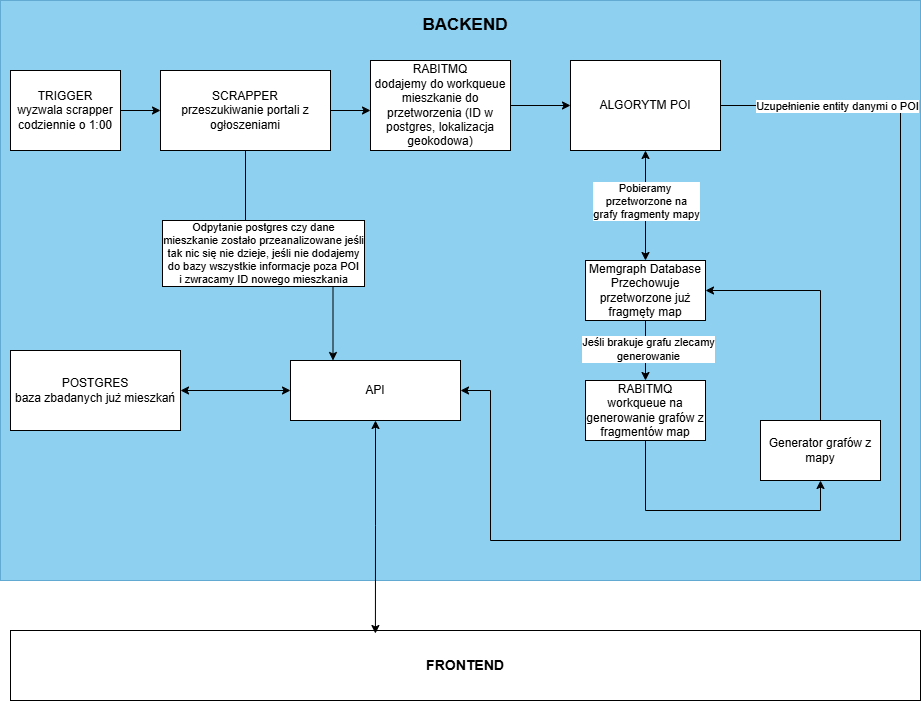
The draw.io diagram img/Dataflow.drawio.png in M1A5TO/Backend, before a commit. Source tidied: cells renumbered, new cells last; positions are measured from the earlier drawing's top-left corner, leaving out a move shared by most shapes. The source it was exported from:
```xml
<mxGraphModel>
  <root>
    <mxCell id="0" />
    <mxCell id="1" parent="0" />
    <mxCell id="2" style="rounded=0;whiteSpace=wrap;html=1;fillColor=#1ba1e2;strokeColor=#006EAF;opacity=50;fontColor=#ffffff;" parent="1" vertex="1">
      <mxGeometry width="920" height="580" as="geometry" />
    </mxCell>
    <mxCell id="3" style="edgeStyle=orthogonalEdgeStyle;rounded=0;jettySize=auto;html=1;" parent="1" edge="1" source="6">
      <mxGeometry relative="1" as="geometry">
        <mxPoint x="370" y="110" as="targetPoint" />
      </mxGeometry>
    </mxCell>
    <mxCell id="4" style="edgeStyle=orthogonalEdgeStyle;rounded=0;jettySize=auto;html=1;entryX=0.25;entryY=0;entryDx=0;entryDy=0;" parent="1" edge="1" source="6" target="11">
      <mxGeometry relative="1" as="geometry" />
    </mxCell>
    <mxCell id="5" value="Odpytanie postgres czy dane&lt;div&gt;mieszkanie zostało przeanalizowane&amp;nbsp;&lt;span style=&quot;background-color: light-dark(#ffffff, var(--ge-dark-color, #121212)); color: light-dark(rgb(0, 0, 0), rgb(255, 255, 255));&quot;&gt;jeśli &lt;br&gt;tak nic się nie dzieje,&amp;nbsp;&lt;/span&gt;&lt;span style=&quot;background-color: light-dark(#ffffff, var(--ge-dark-color, #121212)); color: light-dark(rgb(0, 0, 0), rgb(255, 255, 255));&quot;&gt;jeśli nie dodajemy &lt;br&gt;do bazy&amp;nbsp;wszystkie informacje poza POI&lt;/span&gt;&lt;div&gt;i zwracamy ID nowego mieszkania&lt;/div&gt;&lt;/div&gt;" style="edgeLabel;html=1;align=center;verticalAlign=middle;labelBorderColor=default;" parent="4" vertex="1">
      <mxGeometry x="-0.18" y="3" relative="1" as="geometry" />
    </mxCell>
    <mxCell id="6" value="SCRAPPER&lt;div&gt;przeszukiwanie portali z ogłoszeniami&lt;/div&gt;" style="rounded=0;whiteSpace=wrap;html=1;" parent="1" vertex="1">
      <mxGeometry x="160" y="70" width="170" height="80" as="geometry" />
    </mxCell>
    <mxCell id="7" style="edgeStyle=orthogonalEdgeStyle;rounded=0;jettySize=auto;html=1;startArrow=classic;startFill=1;" parent="1" edge="1" source="8" target="11">
      <mxGeometry relative="1" as="geometry" />
    </mxCell>
    <mxCell id="8" value="POSTGRES&lt;div&gt;baza zbadanych już mieszkań&lt;/div&gt;" style="rounded=0;whiteSpace=wrap;html=1;" parent="1" vertex="1">
      <mxGeometry x="10" y="350" width="170" height="80" as="geometry" />
    </mxCell>
    <mxCell id="9" value="RABITMQ&lt;div&gt;dodajemy do workqueue mieszkanie do przetworzenia (ID w postgres, lokalizacja geokodowa)&lt;/div&gt;" style="rounded=0;whiteSpace=wrap;html=1;" parent="1" vertex="1">
      <mxGeometry x="370" y="60" width="140" height="90" as="geometry" />
    </mxCell>
    <mxCell id="10" value="&lt;b&gt;&lt;font style=&quot;font-size: 17px;&quot;&gt;BACKEND&lt;/font&gt;&lt;/b&gt;" style="text;html=1;whiteSpace=wrap;strokeColor=none;fillColor=none;align=center;verticalAlign=middle;rounded=0;" parent="1" vertex="1">
      <mxGeometry x="350" y="10" width="230" height="30" as="geometry" />
    </mxCell>
    <mxCell id="11" value="API" style="rounded=0;whiteSpace=wrap;html=1;" parent="1" vertex="1">
      <mxGeometry x="290" y="360" width="170" height="60" as="geometry" />
    </mxCell>
    <mxCell id="12" value="&lt;b&gt;&lt;font style=&quot;font-size: 14px;&quot;&gt;FRONTEND&lt;/font&gt;&lt;/b&gt;" style="rounded=0;whiteSpace=wrap;html=1;" parent="1" vertex="1">
      <mxGeometry x="10" y="630" width="910" height="70" as="geometry" />
    </mxCell>
    <mxCell id="13" style="edgeStyle=orthogonalEdgeStyle;rounded=0;jettySize=auto;html=1;startArrow=classic;startFill=1;entryX=0.401;entryY=0.043;entryDx=0;entryDy=0;entryPerimeter=0;" parent="1" edge="1" source="11" target="12">
      <mxGeometry relative="1" as="geometry" />
    </mxCell>
    <mxCell id="14" style="edgeStyle=orthogonalEdgeStyle;rounded=0;jettySize=auto;html=1;entryX=0;entryY=0.5;entryDx=0;entryDy=0;" parent="1" edge="1" source="9" target="19">
      <mxGeometry relative="1" as="geometry" />
    </mxCell>
    <mxCell id="15" style="edgeStyle=orthogonalEdgeStyle;rounded=0;jettySize=auto;html=1;entryX=0.5;entryY=0;entryDx=0;entryDy=0;startArrow=classic;startFill=1;" parent="1" edge="1" source="19" target="22">
      <mxGeometry relative="1" as="geometry" />
    </mxCell>
    <mxCell id="16" value="Pobieramy&amp;nbsp;&lt;div&gt;przetworzone na&lt;/div&gt;&lt;div&gt;grafy fragmenty mapy&lt;/div&gt;" style="edgeLabel;html=1;align=center;verticalAlign=middle;" parent="15" vertex="1">
      <mxGeometry x="0.1" relative="1" as="geometry">
        <mxPoint y="-11" as="offset" />
      </mxGeometry>
    </mxCell>
    <mxCell id="17" style="edgeStyle=orthogonalEdgeStyle;rounded=0;jettySize=auto;html=1;entryX=1;entryY=0.5;entryDx=0;entryDy=0;" parent="1" edge="1" source="19" target="11">
      <mxGeometry relative="1" as="geometry">
        <Array as="points">
          <mxPoint x="900" y="105" />
          <mxPoint x="900" y="540" />
          <mxPoint x="490" y="540" />
          <mxPoint x="490" y="390" />
        </Array>
      </mxGeometry>
    </mxCell>
    <mxCell id="18" value="Uzupełnienie entity danymi o POI" style="edgeLabel;html=1;align=center;verticalAlign=middle;" parent="17" vertex="1">
      <mxGeometry x="-0.81" relative="1" as="geometry" />
    </mxCell>
    <mxCell id="19" value="ALGORYTM POI" style="rounded=0;whiteSpace=wrap;html=1;" parent="1" vertex="1">
      <mxGeometry x="570" y="60" width="150" height="90" as="geometry" />
    </mxCell>
    <mxCell id="20" style="edgeStyle=orthogonalEdgeStyle;rounded=0;jettySize=auto;html=1;entryX=0.5;entryY=0;entryDx=0;entryDy=0;" parent="1" edge="1" source="22" target="24">
      <mxGeometry relative="1" as="geometry" />
    </mxCell>
    <mxCell id="21" value="Jeśli brakuje grafu zlecamy&lt;div&gt;generowanie&lt;/div&gt;" style="edgeLabel;html=1;align=center;verticalAlign=middle;" parent="20" vertex="1">
      <mxGeometry x="-0.08" y="2" relative="1" as="geometry" />
    </mxCell>
    <mxCell id="22" value="Memgraph Database&lt;div&gt;Przechowuje przetworzone już fragmęty map&lt;/div&gt;" style="rounded=0;whiteSpace=wrap;html=1;" parent="1" vertex="1">
      <mxGeometry x="585" y="260" width="120" height="60" as="geometry" />
    </mxCell>
    <mxCell id="23" style="edgeStyle=orthogonalEdgeStyle;rounded=0;jettySize=auto;html=1;entryX=0.5;entryY=1;entryDx=0;entryDy=0;exitX=0.5;exitY=1;exitDx=0;exitDy=0;" parent="1" edge="1" source="24" target="26">
      <mxGeometry relative="1" as="geometry">
        <Array as="points">
          <mxPoint x="645" y="510" />
          <mxPoint x="820" y="510" />
        </Array>
      </mxGeometry>
    </mxCell>
    <mxCell id="24" value="RABITMQ&lt;div&gt;workqueue na generowanie grafów z fragmentów map&lt;/div&gt;" style="rounded=0;whiteSpace=wrap;html=1;" parent="1" vertex="1">
      <mxGeometry x="585" y="380" width="120" height="60" as="geometry" />
    </mxCell>
    <mxCell id="25" style="edgeStyle=orthogonalEdgeStyle;rounded=0;jettySize=auto;html=1;entryX=1;entryY=0.5;entryDx=0;entryDy=0;exitX=0.5;exitY=0;exitDx=0;exitDy=0;" parent="1" edge="1" source="26" target="22">
      <mxGeometry relative="1" as="geometry">
        <Array as="points">
          <mxPoint x="820" y="290" />
        </Array>
      </mxGeometry>
    </mxCell>
    <mxCell id="26" value="Generator grafów z mapy" style="rounded=0;whiteSpace=wrap;html=1;" parent="1" vertex="1">
      <mxGeometry x="760" y="420" width="120" height="60" as="geometry" />
    </mxCell>
    <mxCell id="27" style="edgeStyle=orthogonalEdgeStyle;rounded=0;jettySize=auto;html=1;entryX=0;entryY=0.5;entryDx=0;entryDy=0;" parent="1" edge="1" source="28" target="6">
      <mxGeometry relative="1" as="geometry" />
    </mxCell>
    <mxCell id="28" value="TRIGGER&lt;div&gt;wyzwala scrapper codziennie o 1:00&lt;/div&gt;" style="rounded=0;whiteSpace=wrap;html=1;" parent="1" vertex="1">
      <mxGeometry x="10" y="70" width="110" height="80" as="geometry" />
    </mxCell>
  </root>
</mxGraphModel>
```
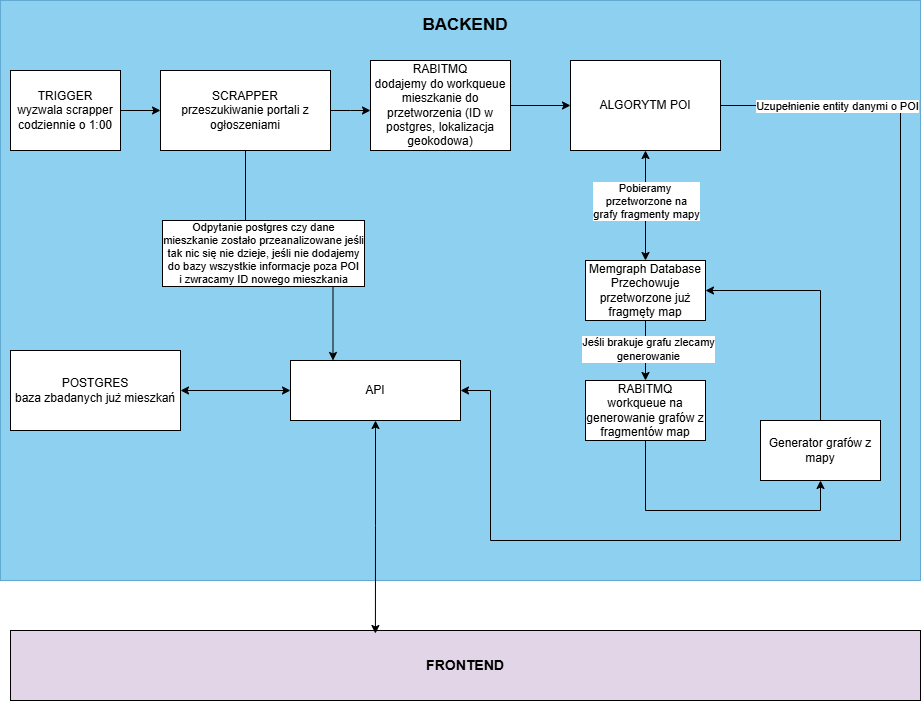
The same file after the commit.

Change to the diagram source:
```diff
@@ -34,7 +34,7 @@
     <mxCell id="11" value="API" style="rounded=0;whiteSpace=wrap;html=1;" parent="1" vertex="1">
       <mxGeometry x="290" y="360" width="170" height="60" as="geometry" />
     </mxCell>
-    <mxCell id="12" value="&lt;b&gt;&lt;font style=&quot;font-size: 14px;&quot;&gt;FRONTEND&lt;/font&gt;&lt;/b&gt;" style="rounded=0;whiteSpace=wrap;html=1;" parent="1" vertex="1">
+    <mxCell id="12" value="&lt;b&gt;&lt;font style=&quot;font-size: 14px;&quot;&gt;FRONTEND&lt;/font&gt;&lt;/b&gt;" style="rounded=0;whiteSpace=wrap;html=1;fillColor=#E1D5E7;" parent="1" vertex="1">
       <mxGeometry x="10" y="630" width="910" height="70" as="geometry" />
     </mxCell>
     <mxCell id="13" style="edgeStyle=orthogonalEdgeStyle;rounded=0;jettySize=auto;html=1;startArrow=classic;startFill=1;entryX=0.401;entryY=0.043;entryDx=0;entryDy=0;entryPerimeter=0;" parent="1" edge="1" source="11" target="12">
```
